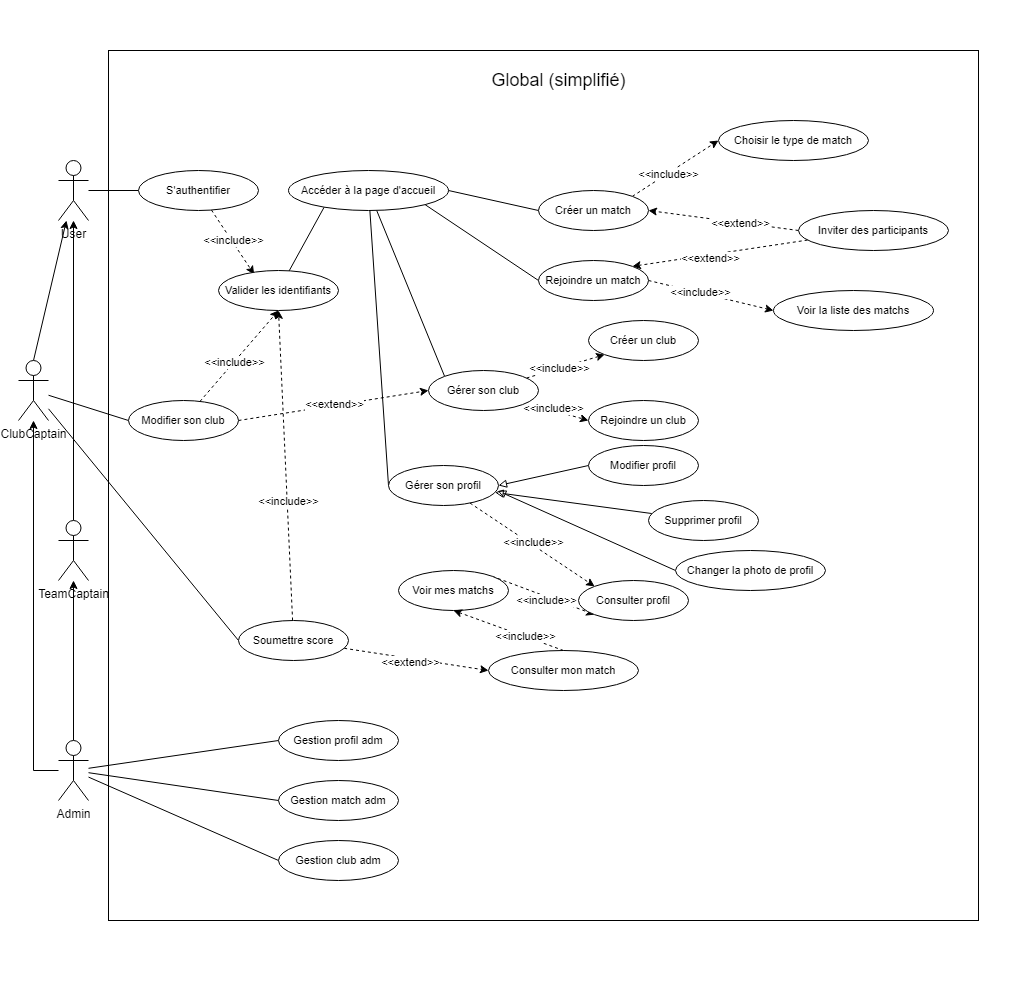
Earlier version of the draw.io export Diagram use case Global simplifié.drawio.png (Mathistrg/Styx). Source tidied: cells renumbered, new cells last; positions are measured from the earlier drawing's top-left corner, leaving out a move shared by most shapes.
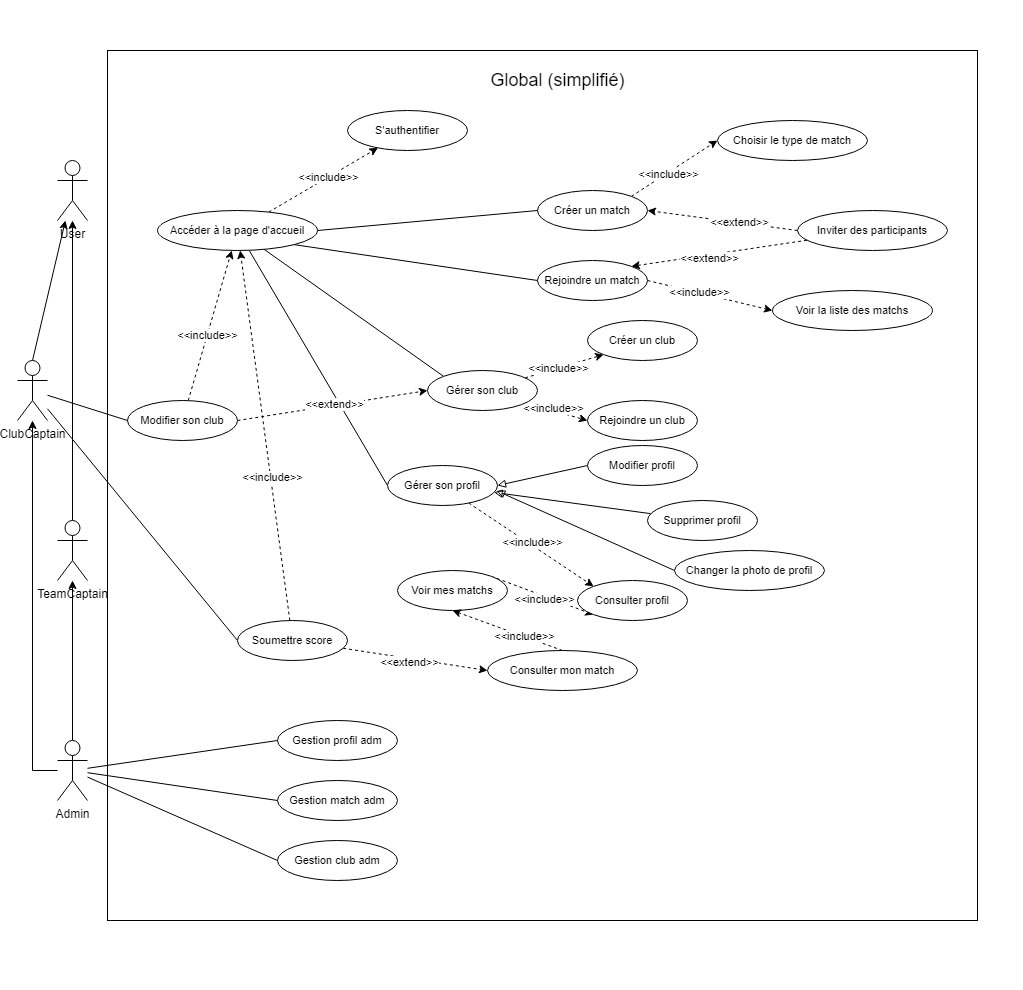
Later version of the same file.

Commit message:
Mettre à jour Diagram use case Global simplifié.drawio.png

The edit, as a diff of the source:
```diff
@@ -14,9 +14,6 @@
     <mxCell id="5" style="rounded=0;jettySize=auto;html=1;endArrow=none;endFill=0;entryX=0.5;entryY=0;entryDx=0;entryDy=0;entryPerimeter=0;startArrow=classic;startFill=1;" parent="1" edge="1" source="7" target="10">
       <mxGeometry relative="1" as="geometry" />
     </mxCell>
-    <mxCell id="6" style="edgeStyle=none;shape=connector;rounded=0;jettySize=auto;html=1;entryX=0;entryY=0.5;entryDx=0;entryDy=0;strokeColor=default;align=center;verticalAlign=middle;fontFamily=Helvetica;fontSize=11;fontColor=default;labelBackgroundColor=default;endArrow=none;endFill=0;" parent="1" edge="1" source="7" target="24">
-      <mxGeometry relative="1" as="geometry" />
-    </mxCell>
     <mxCell id="7" value="User" style="shape=umlActor;verticalLabelPosition=bottom;verticalAlign=top;html=1;outlineConnect=0;" parent="1" vertex="1">
       <mxGeometry x="40" y="160" width="30" height="60" as="geometry" />
     </mxCell>
@@ -62,18 +59,9 @@
     <mxCell id="21" value="TeamCaptain" style="shape=umlActor;verticalLabelPosition=bottom;verticalAlign=top;html=1;outlineConnect=0;" parent="1" vertex="1">
       <mxGeometry x="40" y="520" width="30" height="60" as="geometry" />
     </mxCell>
-    <mxCell id="22" style="edgeStyle=none;shape=connector;rounded=0;jettySize=auto;html=1;entryX=0.297;entryY=0.096;entryDx=0;entryDy=0;dashed=1;strokeColor=default;align=center;verticalAlign=middle;fontFamily=Helvetica;fontSize=11;fontColor=default;labelBackgroundColor=default;endArrow=classic;endFill=1;entryPerimeter=0;" parent="1" edge="1" source="24" target="25">
-      <mxGeometry relative="1" as="geometry" />
-    </mxCell>
-    <mxCell id="23" value="&amp;lt;&amp;lt;include&amp;gt;&amp;gt;" style="edgeLabel;html=1;align=center;verticalAlign=middle;fontFamily=Helvetica;fontSize=11;fontColor=default;labelBackgroundColor=default;" parent="22" vertex="1">
-      <mxGeometry x="-0.04" y="1" relative="1" as="geometry" />
-    </mxCell>
     <mxCell id="24" value="S'authentifier" style="ellipse;whiteSpace=wrap;html=1;fontFamily=Helvetica;fontSize=11;fontColor=default;labelBackgroundColor=default;" parent="1" vertex="1">
-      <mxGeometry x="120" y="170" width="120" height="40" as="geometry" />
+      <mxGeometry x="330" y="110" width="120" height="40" as="geometry" />
     </mxCell>
-    <mxCell id="25" value="Valider les identifiants" style="ellipse;whiteSpace=wrap;html=1;fontFamily=Helvetica;fontSize=11;fontColor=default;labelBackgroundColor=default;" parent="1" vertex="1">
-      <mxGeometry x="200" y="270" width="120" height="40" as="geometry" />
-    </mxCell>
     <mxCell id="26" style="edgeStyle=none;shape=connector;rounded=0;jettySize=auto;html=1;exitX=1;exitY=0.5;exitDx=0;exitDy=0;entryX=0;entryY=0.5;entryDx=0;entryDy=0;strokeColor=default;align=center;verticalAlign=middle;fontFamily=Helvetica;fontSize=11;fontColor=default;labelBackgroundColor=default;endArrow=none;endFill=0;" parent="1" edge="1" source="30" target="36">
       <mxGeometry relative="1" as="geometry" />
     </mxCell>
@@ -86,12 +74,15 @@
     <mxCell id="29" style="edgeStyle=none;shape=connector;rounded=0;jettySize=auto;html=1;strokeColor=default;align=center;verticalAlign=middle;fontFamily=Helvetica;fontSize=11;fontColor=default;labelBackgroundColor=default;endArrow=none;endFill=0;entryX=0;entryY=0.5;entryDx=0;entryDy=0;" parent="1" edge="1" source="30" target="59">
       <mxGeometry relative="1" as="geometry" />
     </mxCell>
+    <mxCell id="78" style="edgeStyle=none;shape=connector;rounded=0;jettySize=auto;html=1;dashed=1;strokeColor=default;align=center;verticalAlign=middle;fontFamily=Helvetica;fontSize=11;fontColor=default;labelBackgroundColor=default;endArrow=classic;endFill=1;" parent="1" edge="1" source="30" target="24">
+      <mxGeometry relative="1" as="geometry" />
+    </mxCell>
+    <mxCell id="23" value="&amp;lt;&amp;lt;include&amp;gt;&amp;gt;" style="edgeLabel;html=1;align=center;verticalAlign=middle;fontFamily=Helvetica;fontSize=11;fontColor=default;labelBackgroundColor=default;" parent="78" vertex="1">
+      <mxGeometry x="0.08" relative="1" as="geometry" />
+    </mxCell>
     <mxCell id="30" value="Accéder à la page d'accueil" style="ellipse;whiteSpace=wrap;html=1;fontFamily=Helvetica;fontSize=11;fontColor=default;labelBackgroundColor=default;" parent="1" vertex="1">
-      <mxGeometry x="270" y="170" width="160" height="40" as="geometry" />
+      <mxGeometry x="140" y="210" width="160" height="40" as="geometry" />
     </mxCell>
-    <mxCell id="31" style="edgeStyle=none;shape=connector;rounded=0;jettySize=auto;html=1;entryX=0.222;entryY=0.922;entryDx=0;entryDy=0;entryPerimeter=0;strokeColor=default;align=center;verticalAlign=middle;fontFamily=Helvetica;fontSize=11;fontColor=default;labelBackgroundColor=default;endArrow=none;endFill=0;" parent="1" edge="1" source="25" target="30">
-      <mxGeometry relative="1" as="geometry" />
-    </mxCell>
     <mxCell id="32" style="edgeStyle=none;shape=connector;rounded=0;jettySize=auto;html=1;exitX=1;exitY=0;exitDx=0;exitDy=0;entryX=0;entryY=0.5;entryDx=0;entryDy=0;dashed=1;strokeColor=default;align=center;verticalAlign=middle;fontFamily=Helvetica;fontSize=11;fontColor=default;labelBackgroundColor=default;endArrow=classic;endFill=1;" parent="1" edge="1" source="36" target="37">
       <mxGeometry relative="1" as="geometry" />
     </mxCell>
@@ -160,7 +151,7 @@
     <mxCell id="53" value="Rejoindre un club" style="ellipse;whiteSpace=wrap;html=1;fontFamily=Helvetica;fontSize=11;fontColor=default;labelBackgroundColor=default;" parent="1" vertex="1">
       <mxGeometry x="570" y="400" width="110" height="40" as="geometry" />
     </mxCell>
-    <mxCell id="54" style="edgeStyle=none;shape=connector;rounded=0;jettySize=auto;html=1;entryX=0.5;entryY=1;entryDx=0;entryDy=0;dashed=1;strokeColor=default;align=center;verticalAlign=middle;fontFamily=Helvetica;fontSize=11;fontColor=default;labelBackgroundColor=default;endArrow=classic;endFill=1;" parent="1" edge="1" source="56" target="25">
+    <mxCell id="54" style="edgeStyle=none;shape=connector;rounded=0;jettySize=auto;html=1;dashed=1;strokeColor=default;align=center;verticalAlign=middle;fontFamily=Helvetica;fontSize=11;fontColor=default;labelBackgroundColor=default;endArrow=classic;endFill=1;" parent="1" edge="1" source="56" target="30">
       <mxGeometry relative="1" as="geometry" />
     </mxCell>
     <mxCell id="55" value="&amp;lt;&amp;lt;include&amp;gt;&amp;gt;" style="edgeLabel;html=1;align=center;verticalAlign=middle;fontFamily=Helvetica;fontSize=11;fontColor=default;labelBackgroundColor=default;" parent="54" vertex="1">
@@ -219,7 +210,7 @@
         <mxPoint x="1" as="offset" />
       </mxGeometry>
     </mxCell>
-    <mxCell id="73" style="edgeStyle=none;shape=connector;rounded=0;jettySize=auto;html=1;entryX=0.5;entryY=1;entryDx=0;entryDy=0;dashed=1;strokeColor=default;align=center;verticalAlign=middle;fontFamily=Helvetica;fontSize=11;fontColor=default;labelBackgroundColor=default;endArrow=classic;endFill=1;" parent="1" edge="1" source="75" target="25">
+    <mxCell id="73" style="edgeStyle=none;shape=connector;rounded=0;jettySize=auto;html=1;dashed=1;strokeColor=default;align=center;verticalAlign=middle;fontFamily=Helvetica;fontSize=11;fontColor=default;labelBackgroundColor=default;endArrow=classic;endFill=1;" parent="1" edge="1" source="75" target="30">
       <mxGeometry relative="1" as="geometry" />
     </mxCell>
     <mxCell id="74" value="&amp;lt;&amp;lt;include&amp;gt;&amp;gt;" style="edgeLabel;html=1;align=center;verticalAlign=middle;fontFamily=Helvetica;fontSize=11;fontColor=default;labelBackgroundColor=default;" parent="73" vertex="1">
```
